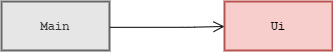
nus-cs2113-AY2021S1/tp keeps this draw.io diagram as docs/images/Ui-Class-Diagram.png. Above is the earlier version. Source tidied: cells renumbered, new cells last; positions are measured from the earlier drawing's top-left corner, leaving out a move shared by most shapes. The source it was exported from:
```xml
<mxGraphModel>
  <root>
    <mxCell id="0" />
    <mxCell id="1" parent="0" />
    <mxCell id="2" value="Ui" style="html=1;whiteSpace=wrap;whiteSpace=wrap;fontSize=12;fontStyle=1;whiteSpace=wrap;spacing=0;strokeColor=#b85450;strokeOpacity=100;fillOpacity=100;fillColor=#f8cecc;strokeWidth=2;fontFamily=Courier New;" parent="1" vertex="1">
      <mxGeometry x="223" width="108" height="49" as="geometry" />
    </mxCell>
    <mxCell id="3" value="Main" style="html=1;whiteSpace=wrap;whiteSpace=wrap;fontSize=12;fontStyle=1;whiteSpace=wrap;spacing=0;strokeOpacity=100;fillOpacity=100;strokeWidth=2;fontFamily=Courier New;strokeColor=#666666;fontColor=#333333;fillColor=#E6E6E6;" parent="1" vertex="1">
      <mxGeometry width="108" height="49" as="geometry" />
    </mxCell>
    <mxCell id="4" style="html=1;jettySize=18;whiteSpace=wrap;fontSize=12;rounded=1;arcSize=12;edgeStyle=orthogonalEdgeStyle;startArrow=none;endArrow=open;fontFamily=Courier New;fontStyle=1;endSize=9;startSize=9;exitX=1.004;exitY=0.527;exitDx=0;exitDy=0;exitPerimeter=0;" parent="1" edge="1" source="3">
      <mxGeometry x="740" y="-640.6" as="geometry">
        <mxPoint x="223" y="25" as="targetPoint" />
        <Array as="points">
          <mxPoint x="187" y="26" />
          <mxPoint x="187" y="25" />
        </Array>
      </mxGeometry>
    </mxCell>
  </root>
</mxGraphModel>
```
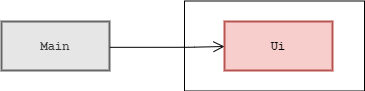
The same diagram one commit later.

What changed in the source:
```diff
@@ -17,5 +17,8 @@
         </Array>
       </mxGeometry>
     </mxCell>
+    <mxCell id="5" style="verticalLabelPosition=bottom;verticalAlign=top;html=1;shape=mxgraph.basic.rect;fillColor2=none;strokeWidth=1;size=20;indent=5;fontFamily=Courier New;fontSize=12;fillColor=none;" parent="1" vertex="1">
+      <mxGeometry x="183" y="-20.5" width="180" height="90" as="geometry" />
+    </mxCell>
   </root>
 </mxGraphModel>
```
